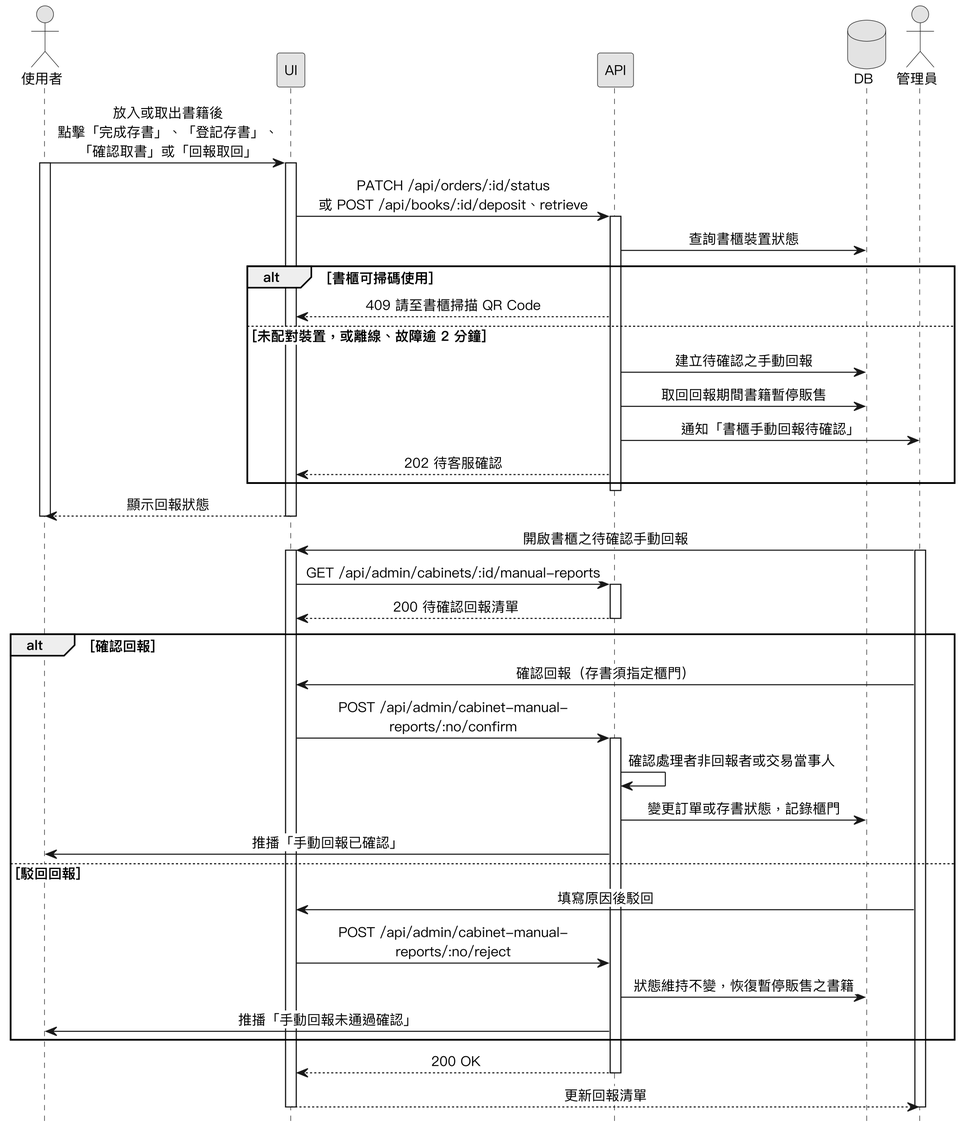
Above: Diagrams/Sequence Diagrams/v3/seq_cabinet_manual_report.png in SaveMyBook/SaveMyBook (PlantUML), before the change.
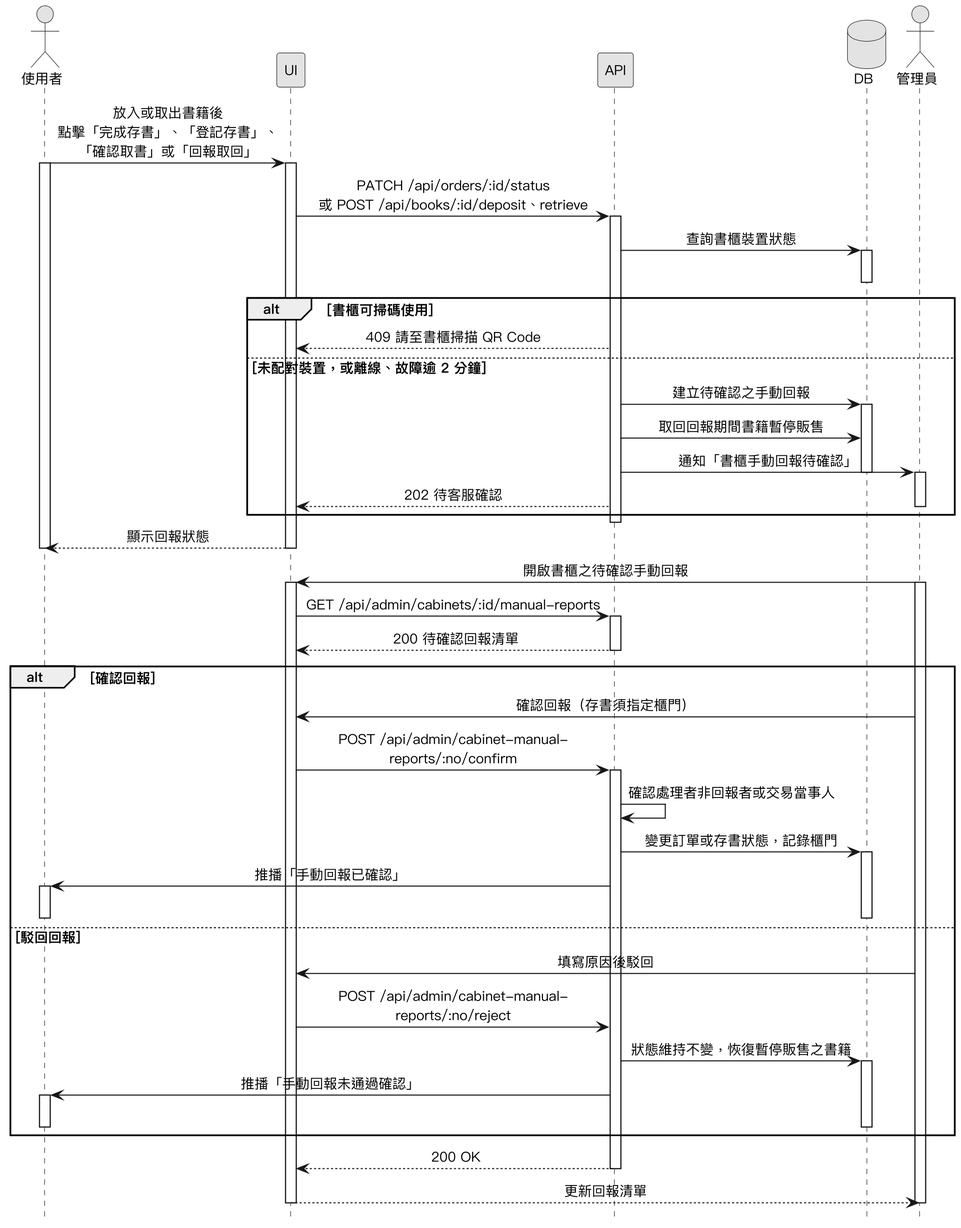
Above is the later version.

What changed in the source:
```diff
@@ -19,14 +19,19 @@
 activate UI
 UI -> API : PATCH /api/orders/:id/status\n或 POST /api/books/:id/deposit、retrieve
 activate API
-API -> DB : 查詢書櫃裝置狀態
+API -> DB ++ : 查詢書櫃裝置狀態
+deactivate DB
 alt 書櫃可掃碼使用
   API --> UI : 409 請至書櫃掃描 QR Code
 else 未配對裝置，或離線、故障逾 2 分鐘
   API -> DB : 建立待確認之手動回報
+  activate DB
   API -> DB : 取回回報期間書籍暫停販售
   API -> 管理員 : 通知「書櫃手動回報待確認」
+  deactivate DB
+  activate 管理員
   API --> UI : 202 待客服確認
+  deactivate 管理員
 end
 deactivate API
 UI --> 使用者 : 顯示回報狀態
@@ -46,12 +51,18 @@
   activate API
   API -> API : 確認處理者非回報者或交易當事人
   API -> DB : 變更訂單或存書狀態，記錄櫃門
-  API -> 使用者 : 推播「手動回報已確認」
+  activate DB
+  API -> 使用者 ++ : 推播「手動回報已確認」
+  deactivate DB
+  deactivate 使用者
 else 駁回回報
   管理員 -> UI : 填寫原因後駁回
   UI -> API : POST /api/admin/cabinet-manual-\nreports/:no/reject
   API -> DB : 狀態維持不變，恢復暫停販售之書籍
-  API -> 使用者 : 推播「手動回報未通過確認」
+  activate DB
+  API -> 使用者 ++ : 推播「手動回報未通過確認」
+  deactivate DB
+  deactivate 使用者
 end
 API --> UI : 200 OK
 deactivate API
```
